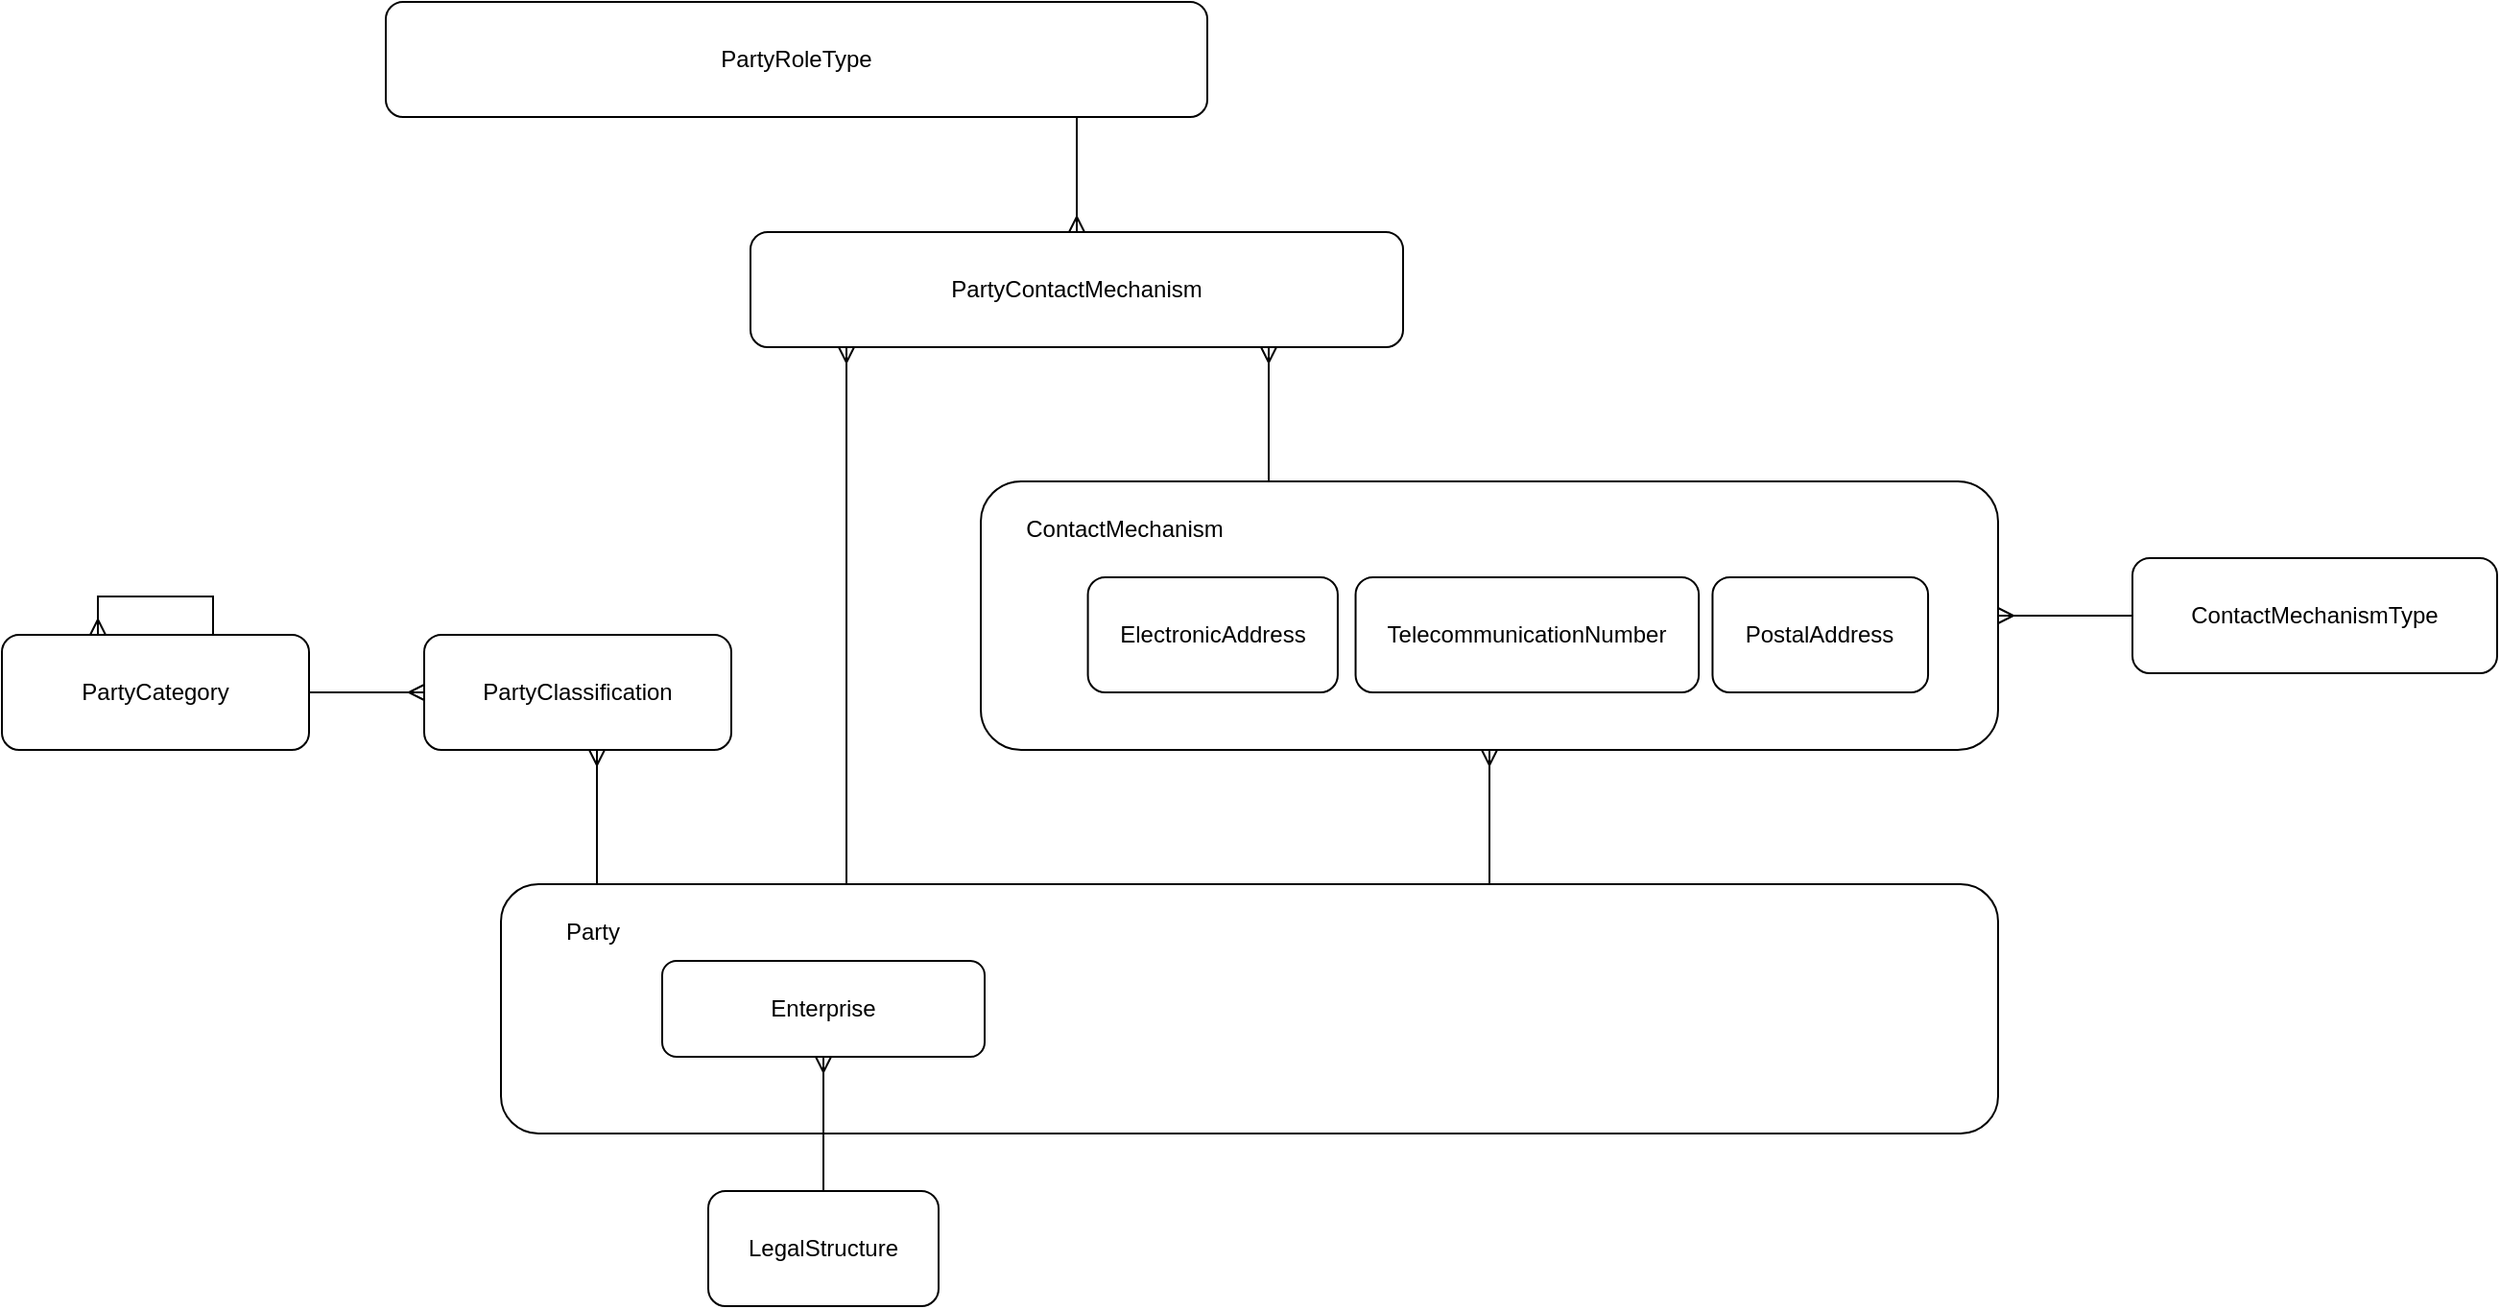
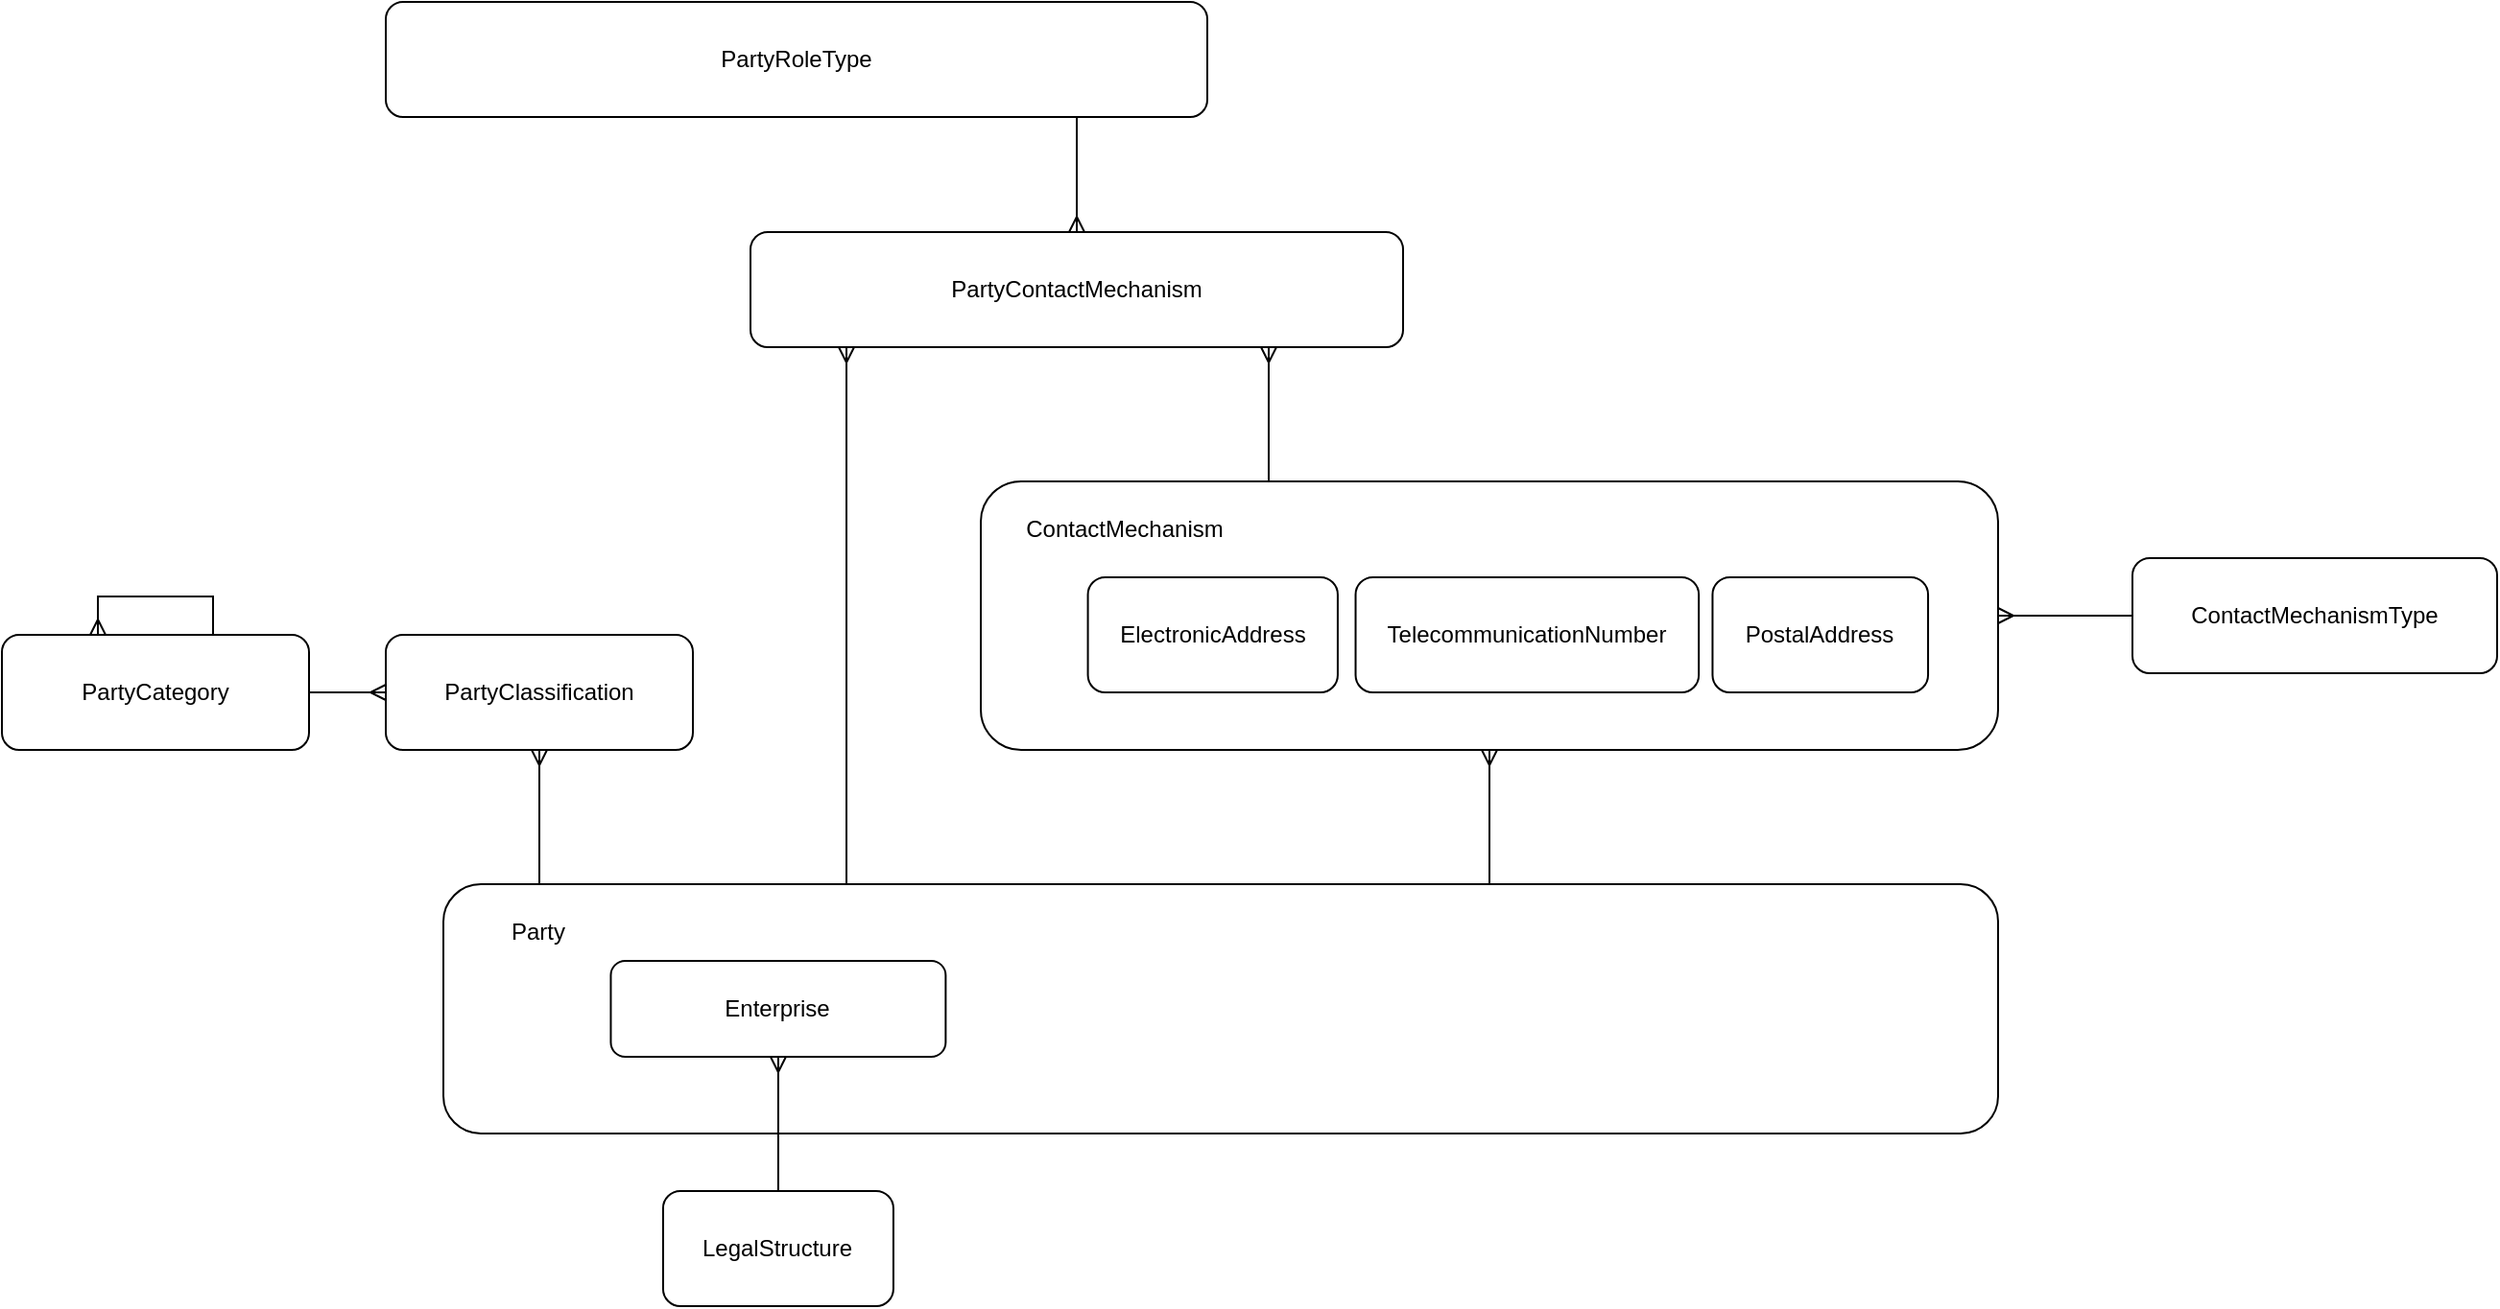
<mxfile host="app.diagrams.net" agent="Mozilla/5.0 (Windows NT 10.0; Win64; x64) AppleWebKit/537.36 (KHTML, like Gecko) Chrome/141.0.0.0 Safari/537.36" version="28.2.9">
  <diagram name="Page-1" id="d0nJ6Fx9cUZLMqGtfM0H">
    <mxGraphModel dx="2357" dy="1832" grid="1" gridSize="10" guides="1" tooltips="1" connect="1" arrows="1" fold="1" page="1" pageScale="1" pageWidth="850" pageHeight="1100" math="0" shadow="0">
      <root>
        <mxCell id="0" />
        <mxCell id="1" parent="0" />
        <mxCell id="tdPrWEJd15tEannaNgth-4" style="edgeStyle=orthogonalEdgeStyle;rounded=0;orthogonalLoop=1;jettySize=auto;html=1;startArrow=ERmany;startFill=0;endArrow=none;endFill=0;" edge="1" parent="1" source="tdPrWEJd15tEannaNgth-2" target="tdPrWEJd15tEannaNgth-3">
          <mxGeometry relative="1" as="geometry" />
        </mxCell>
        <mxCell id="tdPrWEJd15tEannaNgth-3" value="ContactMechanismType" style="rounded=1;whiteSpace=wrap;html=1;" vertex="1" parent="1">
          <mxGeometry x="600" y="240" width="190" height="60" as="geometry" />
        </mxCell>
        <mxCell id="tdPrWEJd15tEannaNgth-13" value="PartyRoleType" style="rounded=1;whiteSpace=wrap;html=1;" vertex="1" parent="1">
          <mxGeometry x="-310" y="-50" width="428" height="60" as="geometry" />
        </mxCell>
        <mxCell id="tdPrWEJd15tEannaNgth-14" style="edgeStyle=orthogonalEdgeStyle;rounded=0;orthogonalLoop=1;jettySize=auto;html=1;startArrow=ERmany;startFill=0;endArrow=none;endFill=0;" edge="1" parent="1" source="tdPrWEJd15tEannaNgth-15" target="tdPrWEJd15tEannaNgth-13">
          <mxGeometry relative="1" as="geometry">
            <mxPoint x="730" y="420" as="sourcePoint" />
            <mxPoint x="730" y="340" as="targetPoint" />
            <Array as="points">
              <mxPoint x="50" y="20" />
              <mxPoint x="50" y="20" />
            </Array>
          </mxGeometry>
        </mxCell>
        <mxCell id="tdPrWEJd15tEannaNgth-15" value="PartyContactMechanism" style="rounded=1;whiteSpace=wrap;html=1;" vertex="1" parent="1">
          <mxGeometry x="-120" y="70" width="340" height="60" as="geometry" />
        </mxCell>
        <mxCell id="tdPrWEJd15tEannaNgth-18" style="edgeStyle=orthogonalEdgeStyle;rounded=0;orthogonalLoop=1;jettySize=auto;html=1;startArrow=ERmany;startFill=0;endArrow=none;endFill=0;" edge="1" parent="1" source="tdPrWEJd15tEannaNgth-15" target="tdPrWEJd15tEannaNgth-1">
          <mxGeometry relative="1" as="geometry">
            <mxPoint x="140" y="250" as="sourcePoint" />
            <mxPoint x="-10" y="250" as="targetPoint" />
            <Array as="points">
              <mxPoint x="-70" y="300" />
              <mxPoint x="-70" y="300" />
            </Array>
          </mxGeometry>
        </mxCell>
        <mxCell id="tdPrWEJd15tEannaNgth-19" value="" style="group" vertex="1" connectable="0" parent="1">
          <mxGeometry y="200" width="530" height="140" as="geometry" />
        </mxCell>
        <mxCell id="tdPrWEJd15tEannaNgth-2" value="" style="rounded=1;whiteSpace=wrap;html=1;" vertex="1" parent="tdPrWEJd15tEannaNgth-19">
          <mxGeometry width="530" height="140" as="geometry" />
        </mxCell>
        <mxCell id="tdPrWEJd15tEannaNgth-5" value="ElectronicAddress" style="rounded=1;whiteSpace=wrap;html=1;" vertex="1" parent="tdPrWEJd15tEannaNgth-19">
          <mxGeometry x="55.78947368421052" y="50" width="130.17543859649123" height="60" as="geometry" />
        </mxCell>
        <mxCell id="tdPrWEJd15tEannaNgth-6" value="TelecommunicationNumber" style="rounded=1;whiteSpace=wrap;html=1;" vertex="1" parent="tdPrWEJd15tEannaNgth-19">
          <mxGeometry x="195.26315789473682" y="50" width="178.81456140350878" height="60" as="geometry" />
        </mxCell>
        <mxCell id="tdPrWEJd15tEannaNgth-7" value="ContactMechanism" style="text;html=1;whiteSpace=wrap;strokeColor=none;fillColor=none;align=center;verticalAlign=middle;rounded=0;" vertex="1" parent="tdPrWEJd15tEannaNgth-19">
          <mxGeometry x="27.896882591093107" y="10" width="94.41295546558705" height="30" as="geometry" />
        </mxCell>
        <mxCell id="tdPrWEJd15tEannaNgth-8" value="PostalAddress" style="rounded=1;whiteSpace=wrap;html=1;" vertex="1" parent="tdPrWEJd15tEannaNgth-19">
          <mxGeometry x="381.2280701754386" y="50" width="112.29491228070175" height="60" as="geometry" />
        </mxCell>
        <mxCell id="tdPrWEJd15tEannaNgth-20" style="edgeStyle=orthogonalEdgeStyle;rounded=0;orthogonalLoop=1;jettySize=auto;html=1;startArrow=ERmany;startFill=0;endArrow=none;endFill=0;" edge="1" parent="1" source="tdPrWEJd15tEannaNgth-15" target="tdPrWEJd15tEannaNgth-2">
          <mxGeometry relative="1" as="geometry">
            <mxPoint x="370" y="120" as="sourcePoint" />
            <mxPoint x="370" y="430" as="targetPoint" />
            <Array as="points">
              <mxPoint x="150" y="160" />
              <mxPoint x="150" y="160" />
            </Array>
          </mxGeometry>
        </mxCell>
        <mxCell id="tdPrWEJd15tEannaNgth-21" style="edgeStyle=orthogonalEdgeStyle;rounded=0;orthogonalLoop=1;jettySize=auto;html=1;startArrow=ERmany;startFill=0;endArrow=none;endFill=0;" edge="1" parent="1" source="tdPrWEJd15tEannaNgth-2" target="tdPrWEJd15tEannaNgth-1">
          <mxGeometry relative="1" as="geometry">
            <mxPoint x="240" y="400" as="sourcePoint" />
            <mxPoint x="240" y="470" as="targetPoint" />
            <Array as="points">
              <mxPoint x="305" y="420" />
              <mxPoint x="305" y="420" />
            </Array>
          </mxGeometry>
        </mxCell>
        <mxCell id="tdPrWEJd15tEannaNgth-22" value="LegalStructure" style="rounded=1;whiteSpace=wrap;html=1;" vertex="1" parent="1">
-           <mxGeometry x="-142" y="570" width="120" height="60" as="geometry" />
+           <mxGeometry x="-165.54" y="570" width="120" height="60" as="geometry" />
        </mxCell>
        <mxCell id="tdPrWEJd15tEannaNgth-25" value="" style="group" vertex="1" connectable="0" parent="1">
-           <mxGeometry x="-250" y="410" width="780" height="130" as="geometry" />
+           <mxGeometry x="-280" y="410" width="810" height="130" as="geometry" />
        </mxCell>
        <mxCell id="tdPrWEJd15tEannaNgth-1" value="" style="rounded=1;whiteSpace=wrap;html=1;" vertex="1" parent="tdPrWEJd15tEannaNgth-25">
-           <mxGeometry width="780" height="130" as="geometry" />
+           <mxGeometry width="810.0000000000001" height="130" as="geometry" />
        </mxCell>
        <mxCell id="tdPrWEJd15tEannaNgth-9" value="Party" style="text;html=1;whiteSpace=wrap;strokeColor=none;fillColor=none;align=center;verticalAlign=middle;rounded=0;" vertex="1" parent="tdPrWEJd15tEannaNgth-25">
-           <mxGeometry x="12" y="10" width="72" height="30" as="geometry" />
+           <mxGeometry x="12.461538461538463" y="10" width="74.76923076923077" height="30" as="geometry" />
        </mxCell>
        <mxCell id="tdPrWEJd15tEannaNgth-17" value="Enterprise" style="rounded=1;whiteSpace=wrap;html=1;" vertex="1" parent="tdPrWEJd15tEannaNgth-25">
-           <mxGeometry x="83.99999999999999" y="40" width="167.99999999999997" height="50" as="geometry" />
+           <mxGeometry x="87.23076923076923" y="40" width="174.46153846153845" height="50" as="geometry" />
        </mxCell>
        <mxCell id="tdPrWEJd15tEannaNgth-27" value="PartyClassification" style="rounded=1;whiteSpace=wrap;html=1;" vertex="1" parent="1">
-           <mxGeometry x="-290" y="280" width="160" height="60" as="geometry" />
+           <mxGeometry x="-310" y="280" width="160" height="60" as="geometry" />
        </mxCell>
        <mxCell id="tdPrWEJd15tEannaNgth-28" value="PartyCategory" style="rounded=1;whiteSpace=wrap;html=1;" vertex="1" parent="1">
          <mxGeometry x="-510" y="280" width="160" height="60" as="geometry" />
        </mxCell>
        <mxCell id="tdPrWEJd15tEannaNgth-31" style="edgeStyle=orthogonalEdgeStyle;rounded=0;orthogonalLoop=1;jettySize=auto;html=1;startArrow=ERmany;startFill=0;endArrow=none;endFill=0;" edge="1" parent="1" source="tdPrWEJd15tEannaNgth-27" target="tdPrWEJd15tEannaNgth-1">
          <mxGeometry relative="1" as="geometry">
            <mxPoint x="-260" y="180" as="sourcePoint" />
            <mxPoint x="-260" y="250" as="targetPoint" />
            <Array as="points">
-               <mxPoint x="-200" y="380" />
-               <mxPoint x="-200" y="380" />
+               <mxPoint x="-230" y="370" />
+               <mxPoint x="-230" y="370" />
            </Array>
          </mxGeometry>
        </mxCell>
        <mxCell id="tdPrWEJd15tEannaNgth-32" style="edgeStyle=orthogonalEdgeStyle;rounded=0;orthogonalLoop=1;jettySize=auto;html=1;startArrow=ERmany;startFill=0;endArrow=none;endFill=0;" edge="1" parent="1" source="tdPrWEJd15tEannaNgth-27" target="tdPrWEJd15tEannaNgth-28">
          <mxGeometry relative="1" as="geometry">
            <mxPoint x="-230" y="200" as="sourcePoint" />
            <mxPoint x="-230" y="270" as="targetPoint" />
            <Array as="points" />
          </mxGeometry>
        </mxCell>
        <mxCell id="tdPrWEJd15tEannaNgth-33" style="edgeStyle=orthogonalEdgeStyle;rounded=0;orthogonalLoop=1;jettySize=auto;html=1;startArrow=ERmany;startFill=0;endArrow=none;endFill=0;" edge="1" parent="1" source="tdPrWEJd15tEannaNgth-28" target="tdPrWEJd15tEannaNgth-28">
          <mxGeometry relative="1" as="geometry">
            <mxPoint x="-370" y="440" as="sourcePoint" />
            <mxPoint x="-460" y="440" as="targetPoint" />
            <Array as="points">
              <mxPoint x="-460" y="260" />
              <mxPoint x="-400" y="260" />
            </Array>
          </mxGeometry>
        </mxCell>
        <mxCell id="tdPrWEJd15tEannaNgth-34" style="edgeStyle=orthogonalEdgeStyle;rounded=0;orthogonalLoop=1;jettySize=auto;html=1;startArrow=ERmany;startFill=0;endArrow=none;endFill=0;" edge="1" parent="1" source="tdPrWEJd15tEannaNgth-17" target="tdPrWEJd15tEannaNgth-22">
          <mxGeometry relative="1" as="geometry">
            <mxPoint x="-160" y="580" as="sourcePoint" />
            <mxPoint x="-160" y="650" as="targetPoint" />
            <Array as="points">
              <mxPoint x="-80" y="620" />
            </Array>
          </mxGeometry>
        </mxCell>
      </root>
    </mxGraphModel>
  </diagram>
</mxfile>
